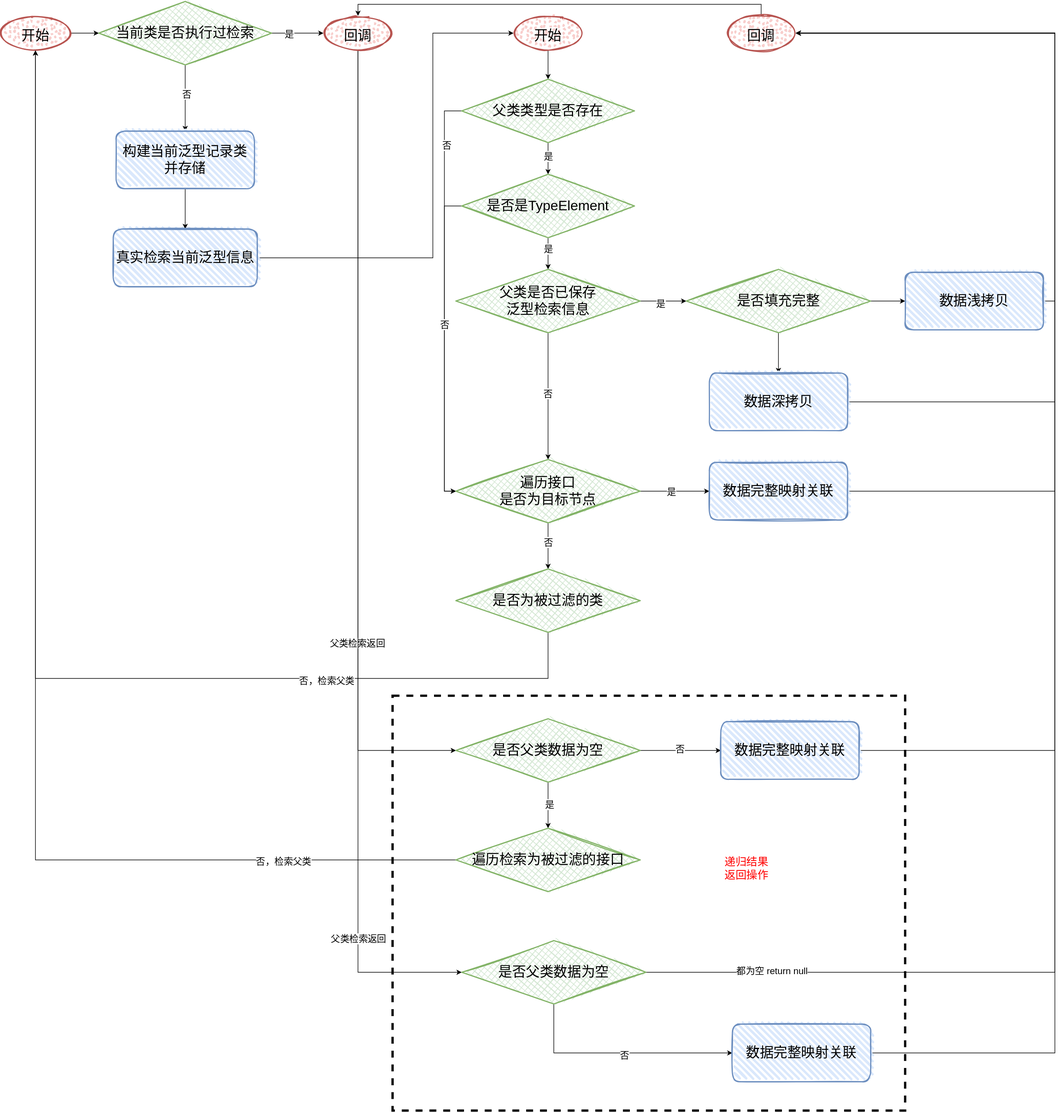
Before: resource/InterfaceGenericsRetrieval.svg, a diagram exported from draw.io (Sheedon/CompilationTool). Source tidied: cells renumbered, new cells last; positions are measured from the earlier drawing's top-left corner, leaving out a move shared by most shapes.
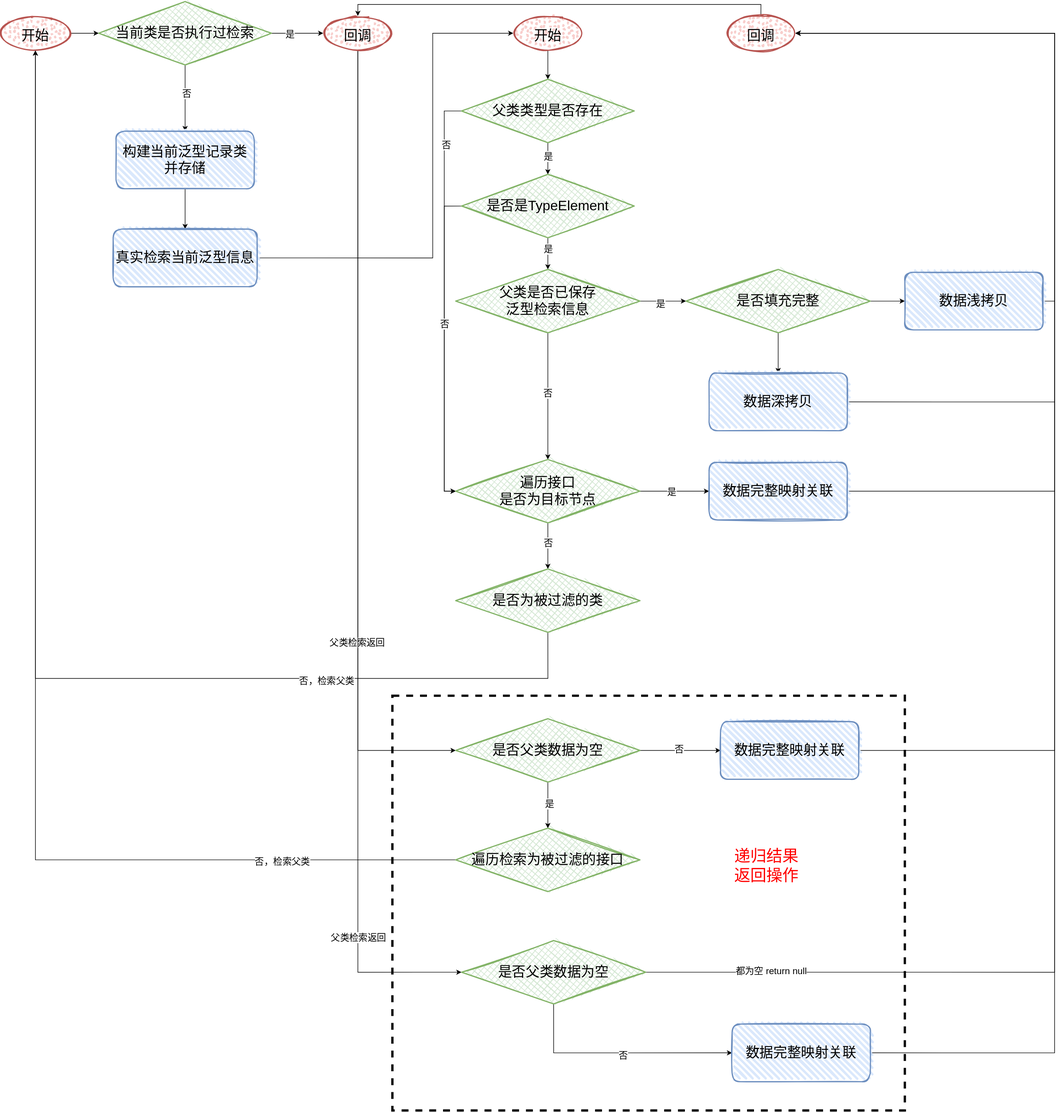
The same file after the commit.

The edit, as a diff of the source:
```diff
@@ -291,8 +291,8 @@
     <mxCell id="71" style="rounded=0;whiteSpace=wrap;html=1;dashed=1;fillColor=none;strokeWidth=4;" parent="1" vertex="1">
       <mxGeometry x="680" y="1205" width="890" height="720" as="geometry" />
     </mxCell>
-    <mxCell id="72" value="&lt;font style=&quot;font-size: 19px&quot;&gt;递归结果返回操作&lt;/font&gt;" style="text;html=1;strokeColor=none;fillColor=none;align=center;verticalAlign=middle;whiteSpace=wrap;rounded=0;dashed=1;fontColor=#FF0000;" parent="1" vertex="1">
-      <mxGeometry x="1250" y="1485" width="90" height="40" as="geometry" />
+    <mxCell id="72" value="&lt;font style=&quot;font-size: 28px&quot;&gt;递归结果返回操作&lt;/font&gt;" style="text;html=1;strokeColor=none;fillColor=none;align=center;verticalAlign=middle;whiteSpace=wrap;rounded=0;dashed=1;fontColor=#FF0000;" parent="1" vertex="1">
+      <mxGeometry x="1260" y="1475" width="140" height="50" as="geometry" />
     </mxCell>
   </root>
 </mxGraphModel>
```
